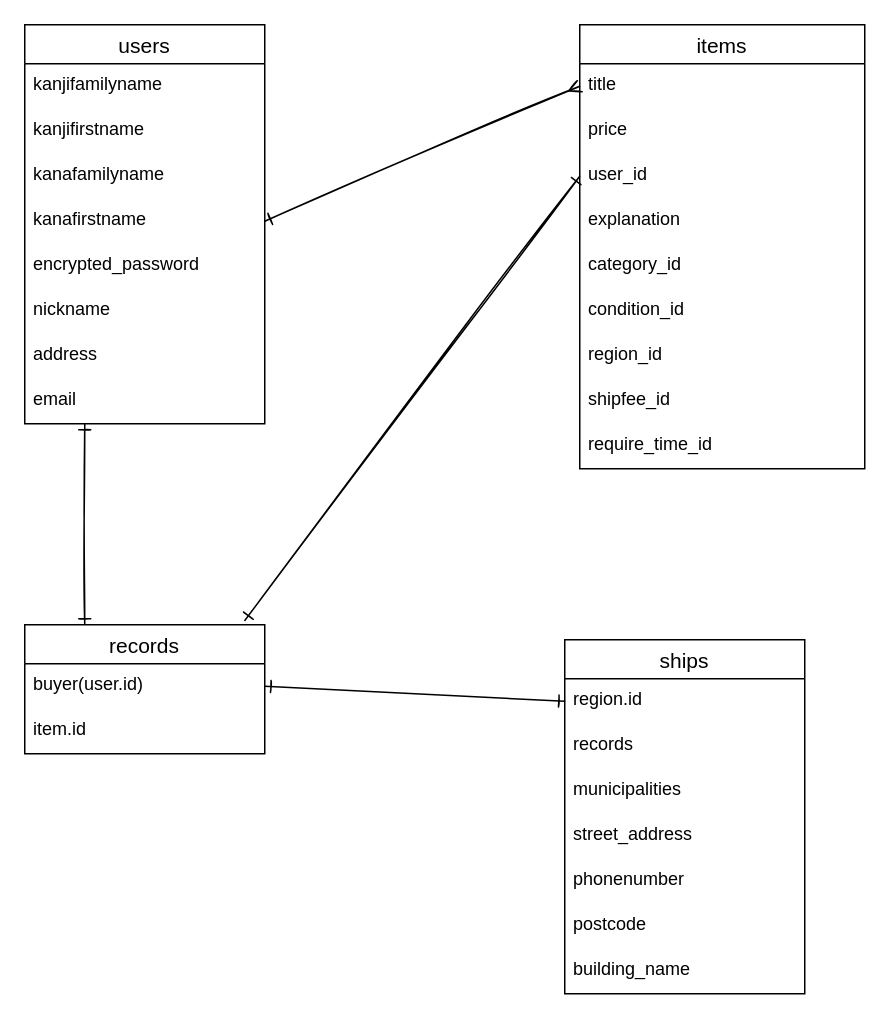
The draw.io diagram furima.dio in unitoro0903/furima-40427, before the edit. Source tidied: cells renumbered, new cells numbered last; positions are measured from the earlier drawing's top-left corner, leaving out a move shared by most shapes. Both pictures are drawn from the tidied source at 150%, with x=0, y=0 at pixel (24, 24).
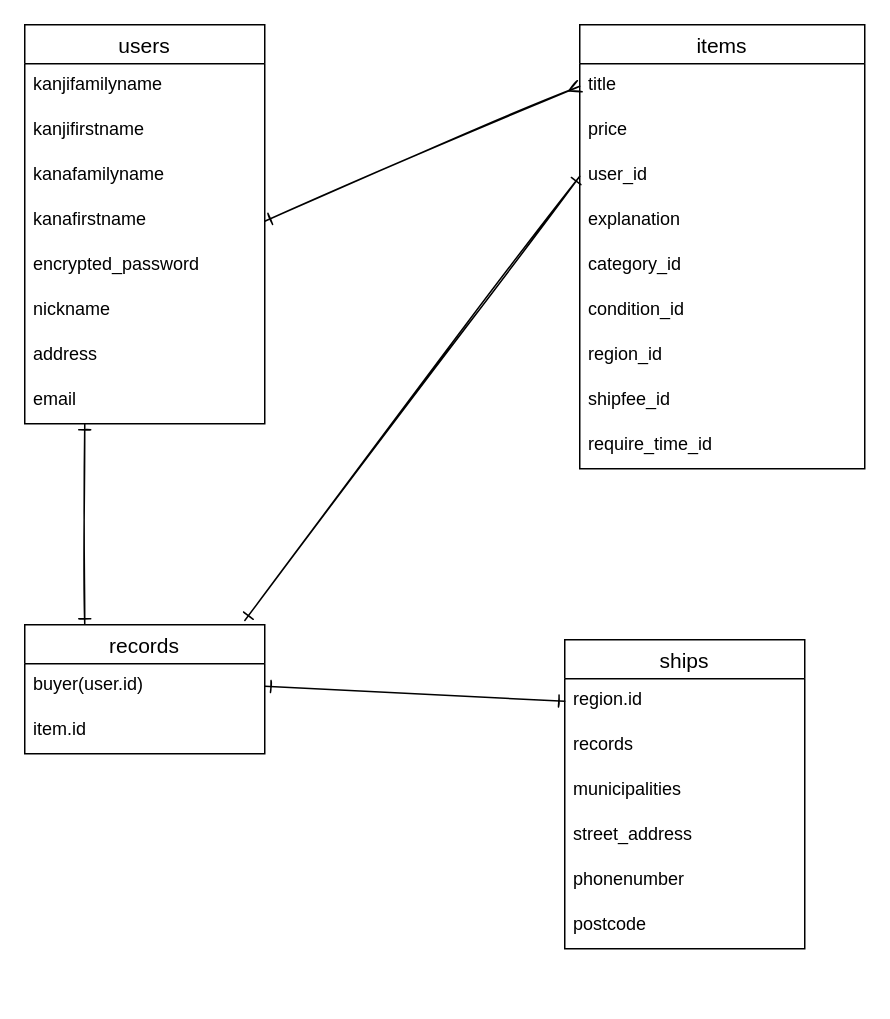
The same page after the edit.

Change to the diagram source:
```diff
@@
     <mxCell id="25" value="ships" style="swimlane;fontStyle=0;horizontal=1;startSize=26;align=center;fontSize=14;strokeColor=default;" parent="1" vertex="1">
-      <mxGeometry x="360" y="410" width="160" height="236" as="geometry" />
+      <mxGeometry x="360" y="410" width="160" height="206" as="geometry" />
     </mxCell>
@@
-    <mxCell id="32" value="building_name" style="text;strokeColor=none;fillColor=none;spacingLeft=4;spacingRight=4;overflow=hidden;fontSize=12;" parent="25" vertex="1">
-      <mxGeometry y="206" width="160" height="30" as="geometry" />
-    </mxCell>
```
